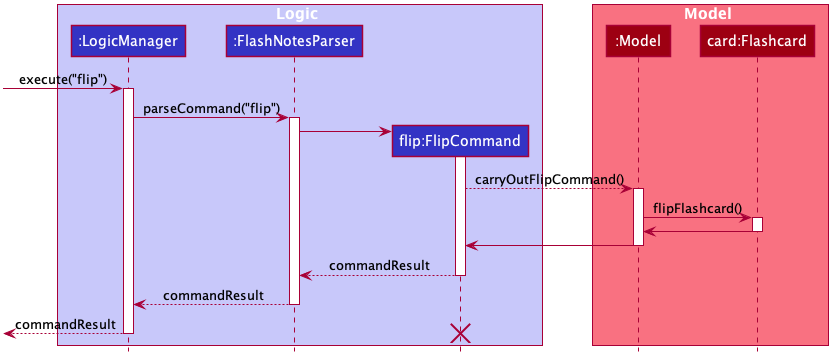
The PlantUML diagram docs/images/FlipCommandSequenceDiagram.png in rachel170/tp, before a commit.
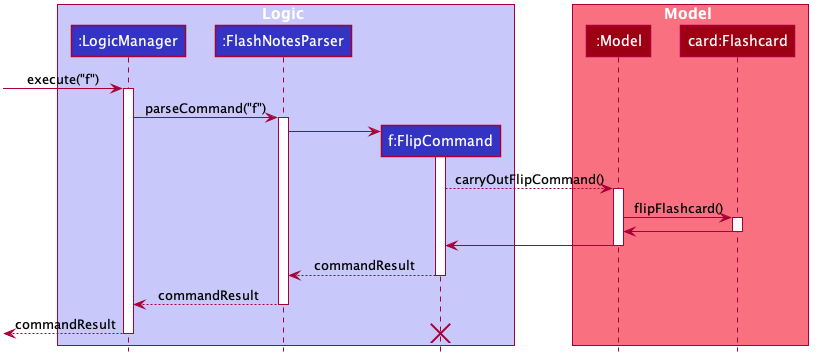
The same diagram one commit later.

Diff of the diagram source:
```diff
@@ -51,17 +51,17 @@
 box Logic #C8C8FA
 participant ":LogicManager" as LogicManager #3333C4
 participant ":FlashNotesParser" as FlashNotesParser #3333C4
-participant "flip:FlipCommand" as FlipCommand #3333C4
+participant "f:FlipCommand" as FlipCommand #3333C4
 end box
 
 box Model #F97181
 participant ":Model" as Model #9D0012
 participant "card:Flashcard" as Flashcard #9D0012
 end box
-[-> LogicManager : execute("flip")
+[-> LogicManager : execute("f")
 activate LogicManager
 
-LogicManager -> FlashNotesParser : parseCommand("flip")
+LogicManager -> FlashNotesParser : parseCommand("f")
 activate FlashNotesParser
 
 create FlipCommand
```
